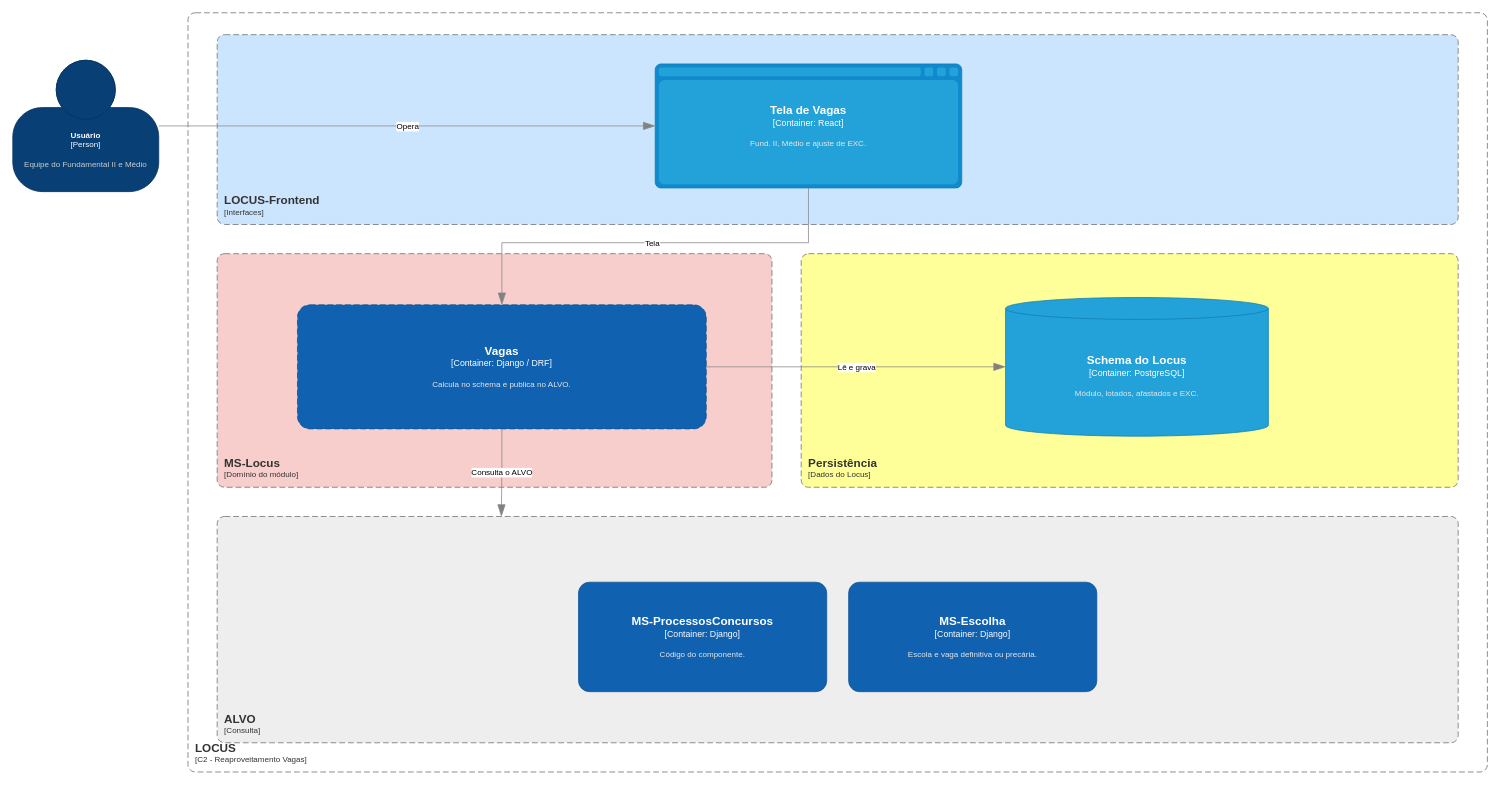
Earlier version of the draw.io diagram page "C2 - Reaproveitamento Vagas" (13 of 15) of Locus/diagramas/assets/ARQUITETURA - LOCUS - C4.drawio (ronaldorobledo1902/SIGLA). Source tidied: cells renumbered, new cells numbered last; positions are measured from the earlier drawing's top-left corner, leaving out a move shared by most shapes. Both pictures are drawn from the tidied source at 73%, with x=0, y=0 at pixel (12, 12).
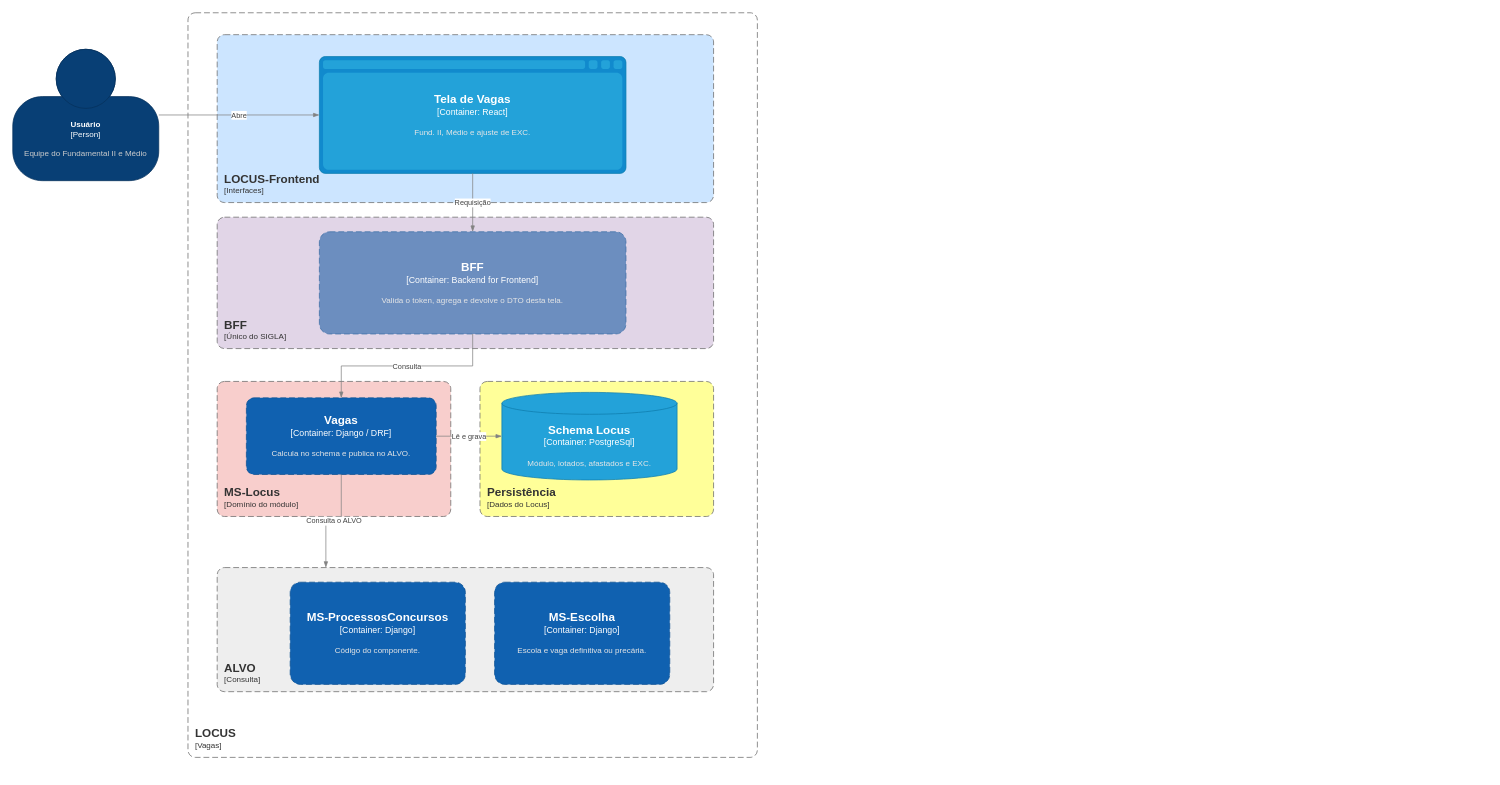
After the change.

Change to the diagram source:
```diff
@@
     <mxCell id="2" value="&lt;b&gt;Usuário&lt;/b&gt;&lt;div&gt;[Person]&lt;/div&gt;&lt;br&gt;&lt;font color=&quot;#cccccc&quot;&gt;Equipe do Fundamental II e Médio&lt;/font&gt;" style="html=1;fontSize=11;dashed=0;whiteSpace=wrap;fillColor=#083F75;strokeColor=#06315C;fontColor=#ffffff;shape=mxgraph.c4.person2;align=center;" parent="1" vertex="1">
-      <mxGeometry y="65" width="200" height="180" as="geometry" />
+      <mxGeometry y="50" width="200" height="180" as="geometry" />
     </mxCell>
-    <object id="3" label="&lt;font style=&quot;font-size: 16px&quot;&gt;&lt;b&gt;&lt;div style=&quot;text-align: left&quot;&gt;%c4Name%&lt;/div&gt;&lt;/b&gt;&lt;/font&gt;&lt;div style=&quot;text-align: left&quot;&gt;[%c4Application%]&lt;/div&gt;" c4Application="C2 - Reaproveitamento Vagas" c4Name="LOCUS" placeholders="1">
+    <object id="3" label="&lt;font style=&quot;font-size: 16px&quot;&gt;&lt;b&gt;&lt;div style=&quot;text-align: left&quot;&gt;%c4Name%&lt;/div&gt;&lt;/b&gt;&lt;/font&gt;&lt;div style=&quot;text-align: left&quot;&gt;[%c4Application%]&lt;/div&gt;" c4Application="Vagas" c4Name="LOCUS" placeholders="1">
       <mxCell style="rounded=1;fontSize=11;whiteSpace=wrap;html=1;dashed=1;arcSize=20;strokeColor=#666666;fontColor=#333333;labelBackgroundColor=none;align=left;verticalAlign=bottom;labelBorderColor=none;spacingTop=0;spacing=10;dashPattern=8 4;perimeter=rectanglePerimeter;noLabel=0;labelPadding=0;absoluteArcSize=1;fillColor=none;" parent="1" vertex="1">
-        <mxGeometry x="240" width="1780" height="1040" as="geometry" />
+        <mxGeometry x="240" width="780" height="1020" as="geometry" />
       </mxCell>
     </object>
     <object id="4" label="&lt;font style=&quot;font-size: 16px&quot;&gt;&lt;b&gt;&lt;div style=&quot;text-align: left&quot;&gt;%c4Name%&lt;/div&gt;&lt;/b&gt;&lt;/font&gt;&lt;div style=&quot;text-align: left&quot;&gt;[%c4Application%]&lt;/div&gt;" c4Application="Interfaces" c4Name="LOCUS-Frontend" placeholders="1">
       <mxCell style="rounded=1;fontSize=11;whiteSpace=wrap;html=1;dashed=1;arcSize=20;strokeColor=#666666;fontColor=#333333;labelBackgroundColor=none;align=left;verticalAlign=bottom;labelBorderColor=none;spacingTop=0;spacing=10;dashPattern=8 4;perimeter=rectanglePerimeter;noLabel=0;labelPadding=0;absoluteArcSize=1;fillColor=#CCE5FF;" parent="1" vertex="1">
-        <mxGeometry x="280" y="30" width="1700" height="260" as="geometry" />
+        <mxGeometry x="280" y="30" width="680" height="230" as="geometry" />
       </mxCell>
     </object>
     <object id="5" label="&lt;font style=&quot;font-size: 16px&quot;&gt;&lt;b&gt;%c4Name%&lt;/b&gt;&lt;/font&gt;&lt;div&gt;[%c4Type%:&amp;nbsp;%c4Technology%]&lt;/div&gt;&lt;br&gt;&lt;div&gt;&lt;font style=&quot;font-size: 11px&quot;&gt;&lt;font color=&quot;#E6E6E6&quot;&gt;%c4Description%&lt;/font&gt;&lt;/div&gt;" c4Description="Fund. II, Médio e ajuste de EXC." c4Name="Tela de Vagas" c4Technology="React" c4Type="Container" placeholders="1">
       <mxCell style="shape=mxgraph.c4.webBrowserContainer2;whiteSpace=wrap;html=1;boundedLbl=1;rounded=0;labelBackgroundColor=none;fillColor=#23A2D9;strokeColor=#118ACD;strokeColor2=#0E7DAD;fontSize=12;fontColor=#ffffff;align=center;points=[[0.5,0,0],[1,0.25,0],[1,0.5,0],[1,0.75,0],[0.5,1,0],[0,0.75,0],[0,0.5,0],[0,0.25,0]];" parent="1" vertex="1">
-        <mxGeometry x="880" y="70" width="420" height="170" as="geometry" />
+        <mxGeometry x="420" y="60" width="420" height="160" as="geometry" />
       </mxCell>
     </object>
+    <object id="21" label="&lt;font style=&quot;font-size: 16px&quot;&gt;&lt;b&gt;&lt;div style=&quot;text-align: left&quot;&gt;%c4Name%&lt;/div&gt;&lt;/b&gt;&lt;/font&gt;&lt;div style=&quot;text-align: left&quot;&gt;[%c4Application%]&lt;/div&gt;" c4Application="Único do SIGLA" c4Name="BFF" placeholders="1">
+      <mxCell style="rounded=1;fontSize=11;whiteSpace=wrap;html=1;dashed=1;arcSize=20;strokeColor=#666666;fontColor=#333333;labelBackgroundColor=none;align=left;verticalAlign=bottom;labelBorderColor=none;spacingTop=0;spacing=10;dashPattern=8 4;perimeter=rectanglePerimeter;noLabel=0;labelPadding=0;absoluteArcSize=1;fillColor=#E1D5E7;" parent="1" vertex="1">
+        <mxGeometry x="280" y="280" width="680" height="180" as="geometry" />
+      </mxCell>
+    </object>
+    <object id="22" label="&lt;font style=&quot;font-size: 16px&quot;&gt;&lt;b&gt;%c4Name%&lt;/b&gt;&lt;/font&gt;&lt;div&gt;[%c4Type%:&amp;nbsp;%c4Technology%]&lt;/div&gt;&lt;br&gt;&lt;div&gt;&lt;font style=&quot;font-size: 11px&quot;&gt;&lt;font color=&quot;#E6E6E6&quot;&gt;%c4Description%&lt;/font&gt;&lt;/div&gt;" c4Description="Valida o token, agrega e devolve o DTO desta tela." c4Name="BFF" c4Technology="Backend for Frontend" c4Type="Container" placeholders="1">
+      <mxCell style="rounded=1;whiteSpace=wrap;html=1;fontSize=12;labelBackgroundColor=none;fillColor=#6C8EBF;fontColor=#ffffff;align=center;arcSize=10;strokeColor=#3A6EA5;points=[[0.25,0,0],[0.5,0,0],[0.75,0,0],[1,0.25,0],[1,0.5,0],[1,0.75,0],[0.75,1,0],[0.5,1,0],[0.25,1,0],[0,0.75,0],[0,0.5,0],[0,0.25,0]];dashed=1;dashPattern=8 4;" parent="1" vertex="1">
+        <mxGeometry x="420" y="300" width="420" height="140" as="geometry" />
+      </mxCell>
+    </object>
     <object id="6" label="&lt;font style=&quot;font-size: 16px&quot;&gt;&lt;b&gt;&lt;div style=&quot;text-align: left&quot;&gt;%c4Name%&lt;/div&gt;&lt;/b&gt;&lt;/font&gt;&lt;div style=&quot;text-align: left&quot;&gt;[%c4Application%]&lt;/div&gt;" c4Application="Domínio do módulo" c4Name="MS-Locus" placeholders="1">
       <mxCell style="rounded=1;fontSize=11;whiteSpace=wrap;html=1;dashed=1;arcSize=20;strokeColor=#666666;fontColor=#333333;labelBackgroundColor=none;align=left;verticalAlign=bottom;labelBorderColor=none;spacingTop=0;spacing=10;dashPattern=8 4;perimeter=rectanglePerimeter;noLabel=0;labelPadding=0;absoluteArcSize=1;fillColor=#F8CECC;" parent="1" vertex="1">
-        <mxGeometry x="280" y="330" width="760" height="320" as="geometry" />
+        <mxGeometry x="280" y="505" width="320" height="185" as="geometry" />
       </mxCell>
     </object>
     <object id="7" label="&lt;font style=&quot;font-size: 16px&quot;&gt;&lt;b&gt;%c4Name%&lt;/b&gt;&lt;/font&gt;&lt;div&gt;[%c4Type%:&amp;nbsp;%c4Technology%]&lt;/div&gt;&lt;br&gt;&lt;div&gt;&lt;font style=&quot;font-size: 11px&quot;&gt;&lt;font color=&quot;#E6E6E6&quot;&gt;%c4Description%&lt;/font&gt;&lt;/div&gt;" c4Description="Calcula no schema e publica no ALVO." c4Name="Vagas" c4Technology="Django / DRF" c4Type="Container" placeholders="1">
       <mxCell style="rounded=1;whiteSpace=wrap;html=1;fontSize=12;labelBackgroundColor=none;fillColor=#1061B0;fontColor=#ffffff;align=center;arcSize=10;strokeColor=#0D5091;points=[[0.25,0,0],[0.5,0,0],[0.75,0,0],[1,0.25,0],[1,0.5,0],[1,0.75,0],[0.75,1,0],[0.5,1,0],[0.25,1,0],[0,0.75,0],[0,0.5,0],[0,0.25,0]];dashed=1;dashPattern=8 4;" parent="1" vertex="1">
-        <mxGeometry x="390" y="400" width="560" height="170" as="geometry" />
+        <mxGeometry x="320" y="527.5" width="260" height="105" as="geometry" />
       </mxCell>
     </object>
     <object id="8" label="&lt;font style=&quot;font-size: 16px&quot;&gt;&lt;b&gt;&lt;div style=&quot;text-align: left&quot;&gt;%c4Name%&lt;/div&gt;&lt;/b&gt;&lt;/font&gt;&lt;div style=&quot;text-align: left&quot;&gt;[%c4Application%]&lt;/div&gt;" c4Application="Dados do Locus" c4Name="Persistência" placeholders="1">
       <mxCell style="rounded=1;fontSize=11;whiteSpace=wrap;html=1;dashed=1;arcSize=20;strokeColor=#666666;fontColor=#333333;labelBackgroundColor=none;align=left;verticalAlign=bottom;labelBorderColor=none;spacingTop=0;spacing=10;dashPattern=8 4;perimeter=rectanglePerimeter;noLabel=0;labelPadding=0;absoluteArcSize=1;fillColor=#FFFF99;" parent="1" vertex="1">
-        <mxGeometry x="1080" y="330" width="900" height="320" as="geometry" />
+        <mxGeometry x="640" y="505" width="320" height="185" as="geometry" />
       </mxCell>
     </object>
-    <object id="9" label="&lt;font style=&quot;font-size: 16px&quot;&gt;&lt;b&gt;%c4Name%&lt;/b&gt;&lt;/font&gt;&lt;div&gt;[%c4Type%:&amp;nbsp;%c4Technology%]&lt;/div&gt;&lt;br&gt;&lt;div&gt;&lt;font style=&quot;font-size: 11px&quot;&gt;&lt;font color=&quot;#E6E6E6&quot;&gt;%c4Description%&lt;/font&gt;&lt;/div&gt;" c4Description="Módulo, lotados, afastados e EXC." c4Name="Schema do Locus" c4Technology="PostgreSQL" c4Type="Container" placeholders="1">
-      <mxCell style="shape=cylinder3;size=15;whiteSpace=wrap;html=1;boundedLbl=1;rounded=0;labelBackgroundColor=none;fillColor=#23A2D9;fontSize=12;fontColor=#ffffff;align=center;strokeColor=#0E7DAD;points=[[0.5,0,0],[1,0.25,0],[1,0.5,0],[1,0.75,0],[0.5,1,0],[0,0.75,0],[0,0.5,0],[0,0.25,0]];" parent="1" vertex="1">
-        <mxGeometry x="1360" y="390" width="360" height="190" as="geometry" />
-      </mxCell>
-    </object>
     <object id="10" label="&lt;font style=&quot;font-size: 16px&quot;&gt;&lt;b&gt;&lt;div style=&quot;text-align: left&quot;&gt;%c4Name%&lt;/div&gt;&lt;/b&gt;&lt;/font&gt;&lt;div style=&quot;text-align: left&quot;&gt;[%c4Application%]&lt;/div&gt;" c4Application="Consulta" c4Name="ALVO" placeholders="1">
       <mxCell style="rounded=1;fontSize=11;whiteSpace=wrap;html=1;dashed=1;arcSize=20;strokeColor=#666666;fontColor=#333333;labelBackgroundColor=none;align=left;verticalAlign=bottom;labelBorderColor=none;spacingTop=0;spacing=10;dashPattern=8 4;perimeter=rectanglePerimeter;noLabel=0;labelPadding=0;absoluteArcSize=1;points=[[0.25,0,0],[0.5,0,0],[0.75,0,0],[1,0.25,0],[1,0.5,0],[1,0.75,0],[0.75,1,0],[0.5,1,0],[0.25,1,0],[0,0.75,0],[0,0.5,0],[0,0.25,0]];fillColor=#EEEEEE;" parent="1" vertex="1">
-        <mxGeometry x="280" y="690" width="1700" height="310" as="geometry" />
+        <mxGeometry x="280" y="760" width="680" height="170" as="geometry" />
       </mxCell>
     </object>
     <object id="11" label="&lt;font style=&quot;font-size: 16px&quot;&gt;&lt;b&gt;%c4Name%&lt;/b&gt;&lt;/font&gt;&lt;div&gt;[%c4Type%:&amp;nbsp;%c4Technology%]&lt;/div&gt;&lt;br&gt;&lt;div&gt;&lt;font style=&quot;font-size: 11px&quot;&gt;&lt;font color=&quot;#E6E6E6&quot;&gt;%c4Description%&lt;/font&gt;&lt;/div&gt;" c4Description="Código do componente." c4Name="MS-ProcessosConcursos" c4Technology="Django" c4Type="Container" placeholders="1">
-      <mxCell style="rounded=1;whiteSpace=wrap;html=1;fontSize=12;labelBackgroundColor=none;fillColor=#1061B0;fontColor=#ffffff;align=center;arcSize=10;strokeColor=#0D5091;" parent="1" vertex="1">
-        <mxGeometry x="775" y="780" width="340" height="150" as="geometry" />
+      <mxCell style="rounded=1;whiteSpace=wrap;html=1;fontSize=12;labelBackgroundColor=none;fillColor=#1061B0;fontColor=#ffffff;align=center;arcSize=10;strokeColor=#0D5091;dashed=1;dashPattern=8 4;" parent="1" vertex="1">
+        <mxGeometry x="380" y="780" width="240" height="140" as="geometry" />
       </mxCell>
     </object>
     <object id="12" label="&lt;font style=&quot;font-size: 16px&quot;&gt;&lt;b&gt;%c4Name%&lt;/b&gt;&lt;/font&gt;&lt;div&gt;[%c4Type%:&amp;nbsp;%c4Technology%]&lt;/div&gt;&lt;br&gt;&lt;div&gt;&lt;font style=&quot;font-size: 11px&quot;&gt;&lt;font color=&quot;#E6E6E6&quot;&gt;%c4Description%&lt;/font&gt;&lt;/div&gt;" c4Description="Escola e vaga definitiva ou precária." c4Name="MS-Escolha" c4Technology="Django" c4Type="Container" placeholders="1">
-      <mxCell style="rounded=1;whiteSpace=wrap;html=1;fontSize=12;labelBackgroundColor=none;fillColor=#1061B0;fontColor=#ffffff;align=center;arcSize=10;strokeColor=#0D5091;" parent="1" vertex="1">
-        <mxGeometry x="1145" y="780" width="340" height="150" as="geometry" />
+      <mxCell style="rounded=1;whiteSpace=wrap;html=1;fontSize=12;labelBackgroundColor=none;fillColor=#1061B0;fontColor=#ffffff;align=center;arcSize=10;strokeColor=#0D5091;dashed=1;dashPattern=8 4;" parent="1" vertex="1">
+        <mxGeometry x="660" y="780" width="240" height="140" as="geometry" />
       </mxCell>
     </object>
-    <mxCell id="13" style="endArrow=blockThin;html=1;fontSize=10;fontColor=#404040;strokeWidth=1;endFill=1;strokeColor=#828282;endSize=14;startSize=14;rounded=0;jettySize=auto;orthogonal=1;edgeStyle=orthogonalEdgeStyle;exitX=1;exitY=0.5;entryX=0;entryY=0.5;" parent="1" edge="1" source="2" target="5">
+    <mxCell id="13" value="Abre" style="endArrow=blockThin;html=1;fontSize=10;fontColor=#404040;strokeWidth=1;endFill=1;strokeColor=#828282;rounded=0;jettySize=auto;orthogonal=1;edgeStyle=orthogonalEdgeStyle;exitX=1;exitY=0.5;entryX=0;entryY=0.5;" parent="1" edge="1" source="2" target="5">
       <mxGeometry relative="1" as="geometry" />
     </mxCell>
-    <mxCell id="14" value="Opera" style="edgeLabel;html=1;align=center;verticalAlign=middle;labelBackgroundColor=#ffffff;" parent="13" vertex="1">
-      <mxGeometry relative="1" as="geometry" />
-    </mxCell>
-    <mxCell id="15" style="endArrow=blockThin;html=1;fontSize=10;fontColor=#404040;strokeWidth=1;endFill=1;strokeColor=#828282;endSize=14;startSize=14;rounded=0;jettySize=auto;orthogonal=1;edgeStyle=orthogonalEdgeStyle;exitX=0.5;exitY=1;entryX=0.5;entryY=0;" parent="1" edge="1" source="5" target="7">
-      <mxGeometry relative="1" as="geometry" />
-    </mxCell>
-    <mxCell id="16" value="Tela" style="edgeLabel;html=1;align=center;verticalAlign=middle;labelBackgroundColor=#ffffff;" parent="15" vertex="1">
-      <mxGeometry relative="1" as="geometry" />
-    </mxCell>
-    <mxCell id="17" style="endArrow=blockThin;html=1;fontSize=10;fontColor=#404040;strokeWidth=1;endFill=1;strokeColor=#828282;endSize=14;startSize=14;rounded=0;jettySize=auto;orthogonal=1;edgeStyle=orthogonalEdgeStyle;exitX=1;exitY=0.5;entryX=0;entryY=0.5;" parent="1" edge="1" source="7" target="9">
-      <mxGeometry relative="1" as="geometry" />
-    </mxCell>
+    <mxCell id="23" value="Requisição" style="endArrow=blockThin;html=1;fontSize=10;fontColor=#404040;strokeWidth=1;endFill=1;strokeColor=#828282;rounded=0;jettySize=auto;orthogonal=1;edgeStyle=orthogonalEdgeStyle;exitX=0.5;exitY=1;entryX=0.5;entryY=0;" parent="1" edge="1" source="5" target="22">
+      <mxGeometry relative="1" as="geometry" />
+    </mxCell>
+    <mxCell id="24" value="Consulta" style="endArrow=blockThin;html=1;fontSize=10;fontColor=#404040;strokeWidth=1;endFill=1;strokeColor=#828282;rounded=0;jettySize=auto;orthogonal=1;edgeStyle=orthogonalEdgeStyle;exitX=0.5;exitY=1;entryX=0.5;entryY=0;" parent="1" edge="1" source="22" target="7">
+      <mxGeometry relative="1" as="geometry" />
+    </mxCell>
-    <mxCell id="18" value="Lê e grava" style="edgeLabel;html=1;align=center;verticalAlign=middle;labelBackgroundColor=#ffffff;" parent="17" vertex="1">
+    <mxCell id="18" value="Lê e grava" style="endArrow=blockThin;html=1;fontSize=10;fontColor=#404040;strokeWidth=1;endFill=1;strokeColor=#828282;rounded=0;jettySize=auto;orthogonal=1;edgeStyle=orthogonalEdgeStyle;exitX=1;exitY=0.5;" parent="1" edge="1" source="7" target="9">
       <mxGeometry relative="1" as="geometry" />
     </mxCell>
-    <mxCell id="19" style="endArrow=blockThin;html=1;fontSize=10;fontColor=#404040;strokeWidth=1;endFill=1;strokeColor=#828282;endSize=14;startSize=14;rounded=0;jettySize=auto;orthogonal=1;edgeStyle=orthogonalEdgeStyle;exitX=0.5;exitY=1;entryX=0.229;entryY=0;" parent="1" edge="1" source="7" target="10">
-      <mxGeometry relative="1" as="geometry" />
-    </mxCell>
-    <mxCell id="20" value="Consulta o ALVO" style="edgeLabel;html=1;align=center;verticalAlign=middle;labelBackgroundColor=#ffffff;" parent="19" vertex="1">
+    <mxCell id="20" value="Consulta o ALVO" style="endArrow=blockThin;html=1;fontSize=10;fontColor=#404040;strokeWidth=1;endFill=1;strokeColor=#828282;rounded=0;jettySize=auto;orthogonal=1;edgeStyle=orthogonalEdgeStyle;exitX=0.5;exitY=1;entryX=0.219;entryY=0;" parent="1" edge="1" source="7" target="10">
       <mxGeometry relative="1" as="geometry" />
     </mxCell>
+    <object id="9" label="&lt;font style=&quot;font-size: 16px&quot;&gt;&lt;b&gt;%c4Name%&lt;/b&gt;&lt;/font&gt;&lt;div&gt;[%c4Type%:&amp;nbsp;%c4Technology%]&lt;/div&gt;&lt;br&gt;&lt;div&gt;&lt;font style=&quot;font-size: 11px&quot;&gt;&lt;font color=&quot;#E6E6E6&quot;&gt;%c4Description%&lt;/font&gt;&lt;/div&gt;" c4Description="Módulo, lotados, afastados e EXC." c4Name="Schema Locus" c4Technology="PostgreSql" c4Type="Container" placeholders="1">
+      <mxCell style="shape=cylinder3;size=15;whiteSpace=wrap;html=1;boundedLbl=1;rounded=0;labelBackgroundColor=none;fillColor=#23A2D9;fontSize=12;fontColor=#ffffff;align=center;strokeColor=#0E7DAD;points=[[0.5,0,0],[1,0.25,0],[1,0.5,0],[1,0.75,0],[0.5,1,0],[0,0.75,0],[0,0.5,0],[0,0.25,0]];" parent="1" vertex="1">
+        <mxGeometry x="670" y="520" width="240" height="120" as="geometry" />
+      </mxCell>
+    </object>
```
